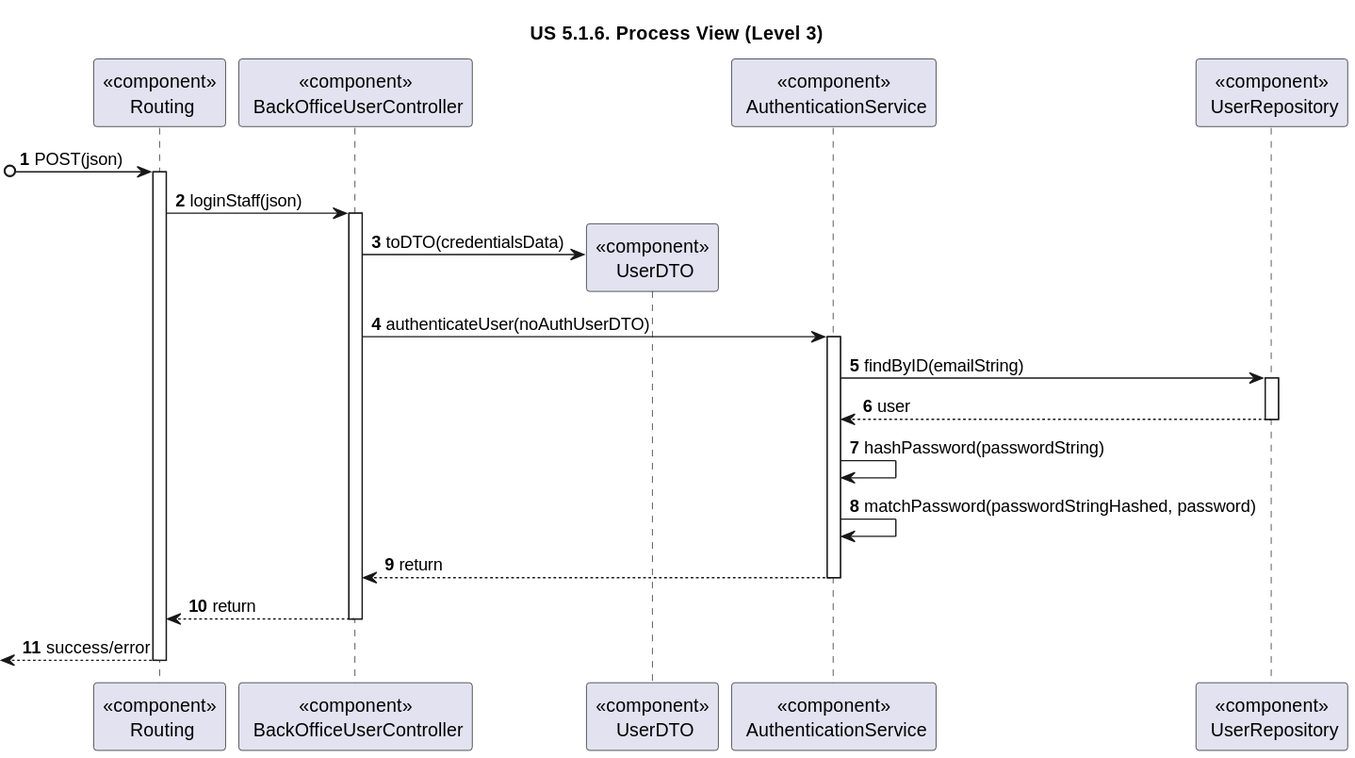
Earlier version of the PlantUML export docs/sprint-1/us-5.1.6/Process_View/Level-3/us6-process-view-lvl3.svg (rita-barbosa/LAPR5-2425).
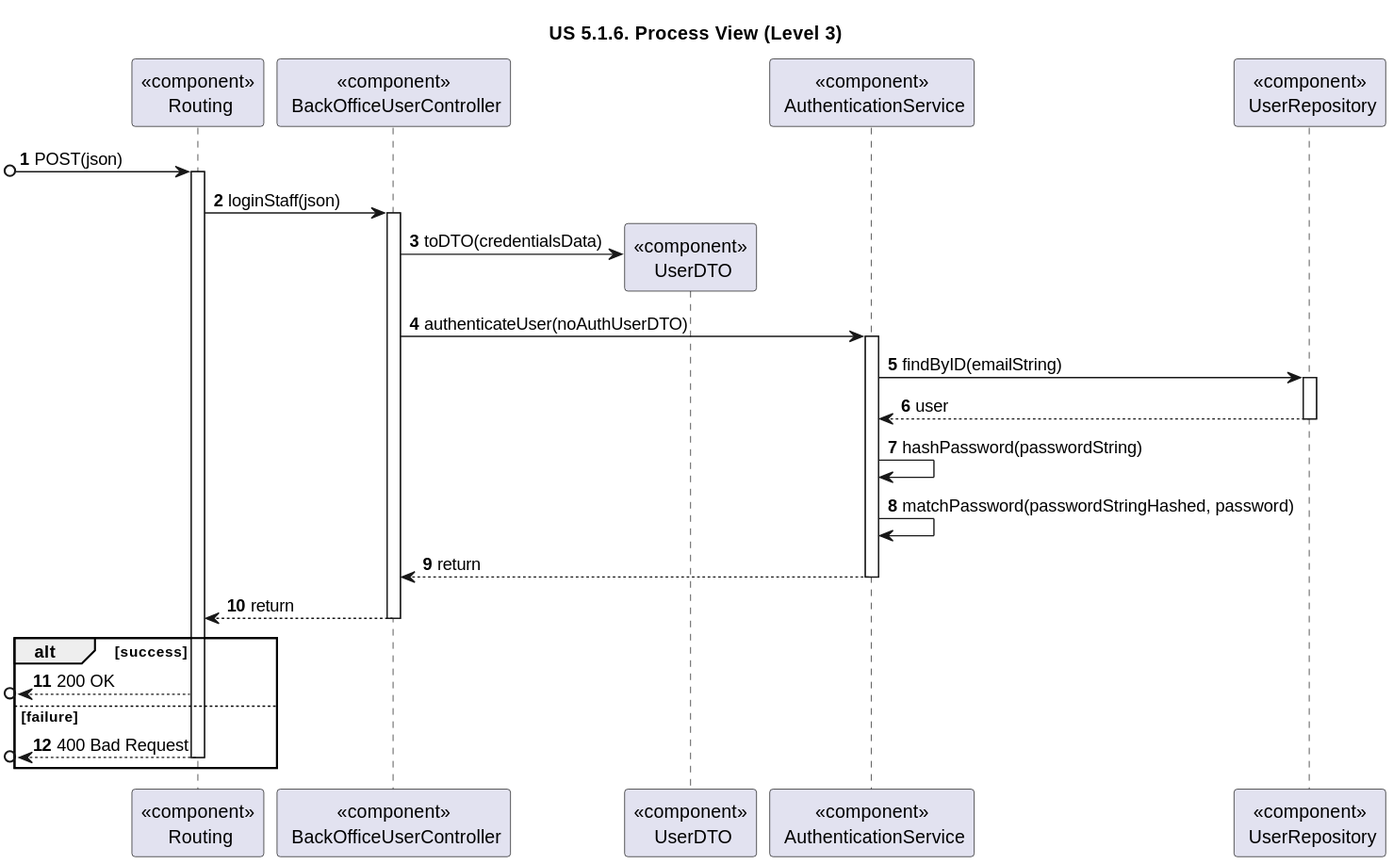
After the change.

Commit message:
DG38-9 | docs: process view diagrams update

What changed in the source:
```diff
@@ -41,7 +41,12 @@
 CONTROL --> ROUTE : return
 deactivate CONTROL
 
-<-- ROUTE : success/error
+alt success
+[o<-- ROUTE : 200 OK
 
+else failure
+
+[o<-- ROUTE : 400 Bad Request
 deactivate ROUTE
+end alt
 @enduml
```
